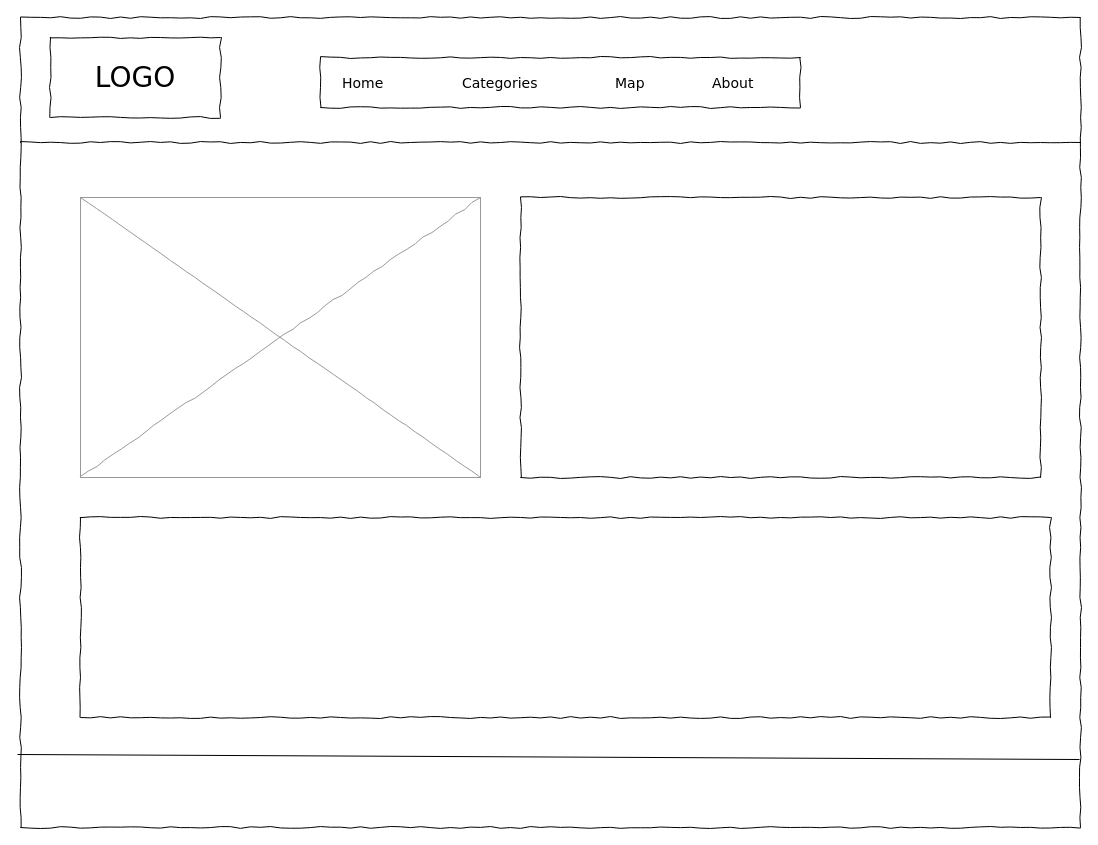
Above: Planing/animal.drawio in LlynBaum/LlynBaum.github.io (draw.io), before the change. Source tidied: cells renumbered, new cells numbered last; positions are measured from the earlier drawing's top-left corner, leaving out a move shared by most shapes. Both pictures are drawn from the tidied source at 100%, with x=0, y=0 at pixel (17, 17).
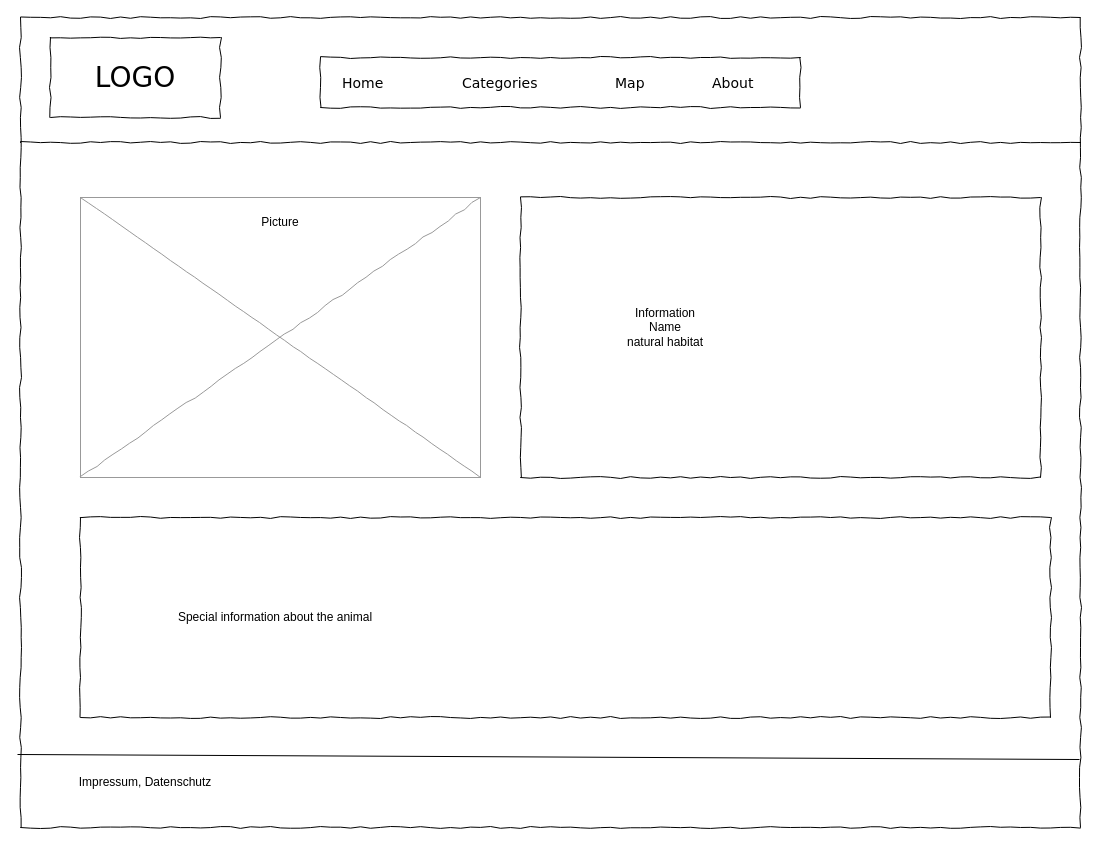
The same page after the edit.

Diff of the diagram source:
```diff
@@
 <mxGraphModel>
   <root>
     <mxCell id="0" />
     <mxCell id="1" parent="0" />
     <mxCell id="2" style="whiteSpace=wrap;html=1;rounded=0;shadow=0;labelBackgroundColor=none;strokeColor=#000000;strokeWidth=1;fillColor=none;fontFamily=Verdana;fontSize=12;fontColor=#000000;align=center;comic=1;" parent="1" vertex="1">
       <mxGeometry x="3" width="1060" height="810" as="geometry" />
     </mxCell>
     <mxCell id="3" value="LOGO" style="whiteSpace=wrap;html=1;rounded=0;shadow=0;labelBackgroundColor=none;strokeWidth=1;fontFamily=Verdana;fontSize=28;align=center;comic=1;" parent="1" vertex="1">
       <mxGeometry x="33" y="20" width="170" height="80" as="geometry" />
     </mxCell>
     <mxCell id="4" style="line;strokeWidth=1;html=1;rounded=0;shadow=0;labelBackgroundColor=none;fillColor=none;fontFamily=Verdana;fontSize=14;fontColor=#000000;align=center;comic=1;" parent="1" vertex="1">
       <mxGeometry x="3" y="120" width="1060" height="10" as="geometry" />
     </mxCell>
     <mxCell id="5" style="whiteSpace=wrap;html=1;rounded=0;shadow=0;labelBackgroundColor=none;strokeWidth=1;fillColor=none;fontFamily=Verdana;fontSize=12;align=center;comic=1;" parent="1" vertex="1">
       <mxGeometry x="303" y="40" width="480" height="50" as="geometry" />
     </mxCell>
     <mxCell id="6" value="Home" style="text;html=1;align=left;verticalAlign=top;spacingTop=-4;fontSize=14;fontFamily=Verdana;" parent="1" vertex="1">
       <mxGeometry x="323" y="55" width="60" height="20" as="geometry" />
     </mxCell>
     <mxCell id="7" value="Categories" style="text;html=1;align=left;verticalAlign=top;spacingTop=-4;fontSize=14;fontFamily=Verdana;" parent="1" vertex="1">
       <mxGeometry x="443" y="55" width="83" height="20" as="geometry" />
     </mxCell>
     <mxCell id="8" value="Map" style="text;html=1;align=left;verticalAlign=top;spacingTop=-4;fontSize=14;fontFamily=Verdana;" parent="1" vertex="1">
       <mxGeometry x="596" y="55" width="60" height="20" as="geometry" />
     </mxCell>
     <mxCell id="9" value="About" style="text;html=1;align=left;verticalAlign=top;spacingTop=-4;fontSize=14;fontFamily=Verdana;" parent="1" vertex="1">
       <mxGeometry x="693" y="55" width="60" height="20" as="geometry" />
     </mxCell>
     <mxCell id="10" style="verticalLabelPosition=bottom;shadow=0;dashed=0;align=center;html=1;verticalAlign=top;strokeWidth=1;shape=mxgraph.mockup.graphics.simpleIcon;strokeColor=#999999;rounded=0;labelBackgroundColor=none;fontFamily=Verdana;fontSize=14;fontColor=#000000;comic=1;" parent="1" vertex="1">
       <mxGeometry x="63" y="180" width="400" height="280" as="geometry" />
     </mxCell>
     <mxCell id="11" style="endArrow=none;html=1;rounded=0;exitX=-0.003;exitY=0.91;exitDx=0;exitDy=0;exitPerimeter=0;entryX=0.999;entryY=0.916;entryDx=0;entryDy=0;entryPerimeter=0;shadow=0;jumpStyle=none;" parent="1" edge="1">
       <mxGeometry relative="1" as="geometry">
         <mxPoint y="737" as="sourcePoint" />
         <mxPoint x="1062" y="742" as="targetPoint" />
       </mxGeometry>
     </mxCell>
     <mxCell id="12" style="whiteSpace=wrap;html=1;rounded=0;shadow=0;labelBackgroundColor=none;strokeWidth=1;fillColor=none;fontFamily=Verdana;fontSize=12;align=center;comic=1;" parent="1" vertex="1">
       <mxGeometry x="503" y="180" width="520" height="280" as="geometry" />
     </mxCell>
     <mxCell id="13" style="whiteSpace=wrap;html=1;rounded=0;shadow=0;labelBackgroundColor=none;strokeWidth=1;fillColor=none;fontFamily=Verdana;fontSize=12;align=center;comic=1;" parent="1" vertex="1">
       <mxGeometry x="63" y="500" width="970" height="200" as="geometry" />
     </mxCell>
+    <mxCell id="14" value="Picture" style="text;html=1;strokeColor=none;fillColor=none;align=center;verticalAlign=middle;whiteSpace=wrap;rounded=0;" parent="1" vertex="1">
+      <mxGeometry x="233" y="190" width="60" height="30" as="geometry" />
+    </mxCell>
+    <mxCell id="15" value="Information&lt;br&gt;Name&lt;br&gt;natural habitat&lt;br&gt;" style="text;html=1;strokeColor=none;fillColor=none;align=center;verticalAlign=middle;whiteSpace=wrap;rounded=0;" parent="1" vertex="1">
+      <mxGeometry x="543" y="220" width="210" height="180" as="geometry" />
+    </mxCell>
+    <mxCell id="16" value="Special information about the animal" style="text;html=1;strokeColor=none;fillColor=none;align=center;verticalAlign=middle;whiteSpace=wrap;rounded=0;" parent="1" vertex="1">
+      <mxGeometry x="103" y="540" width="310" height="120" as="geometry" />
+    </mxCell>
+    <mxCell id="17" value="Impressum, Datenschutz" style="text;html=1;strokeColor=none;fillColor=none;align=center;verticalAlign=middle;whiteSpace=wrap;rounded=0;" parent="1" vertex="1">
+      <mxGeometry x="23" y="750" width="210" height="30" as="geometry" />
+    </mxCell>
   </root>
 </mxGraphModel>
```
